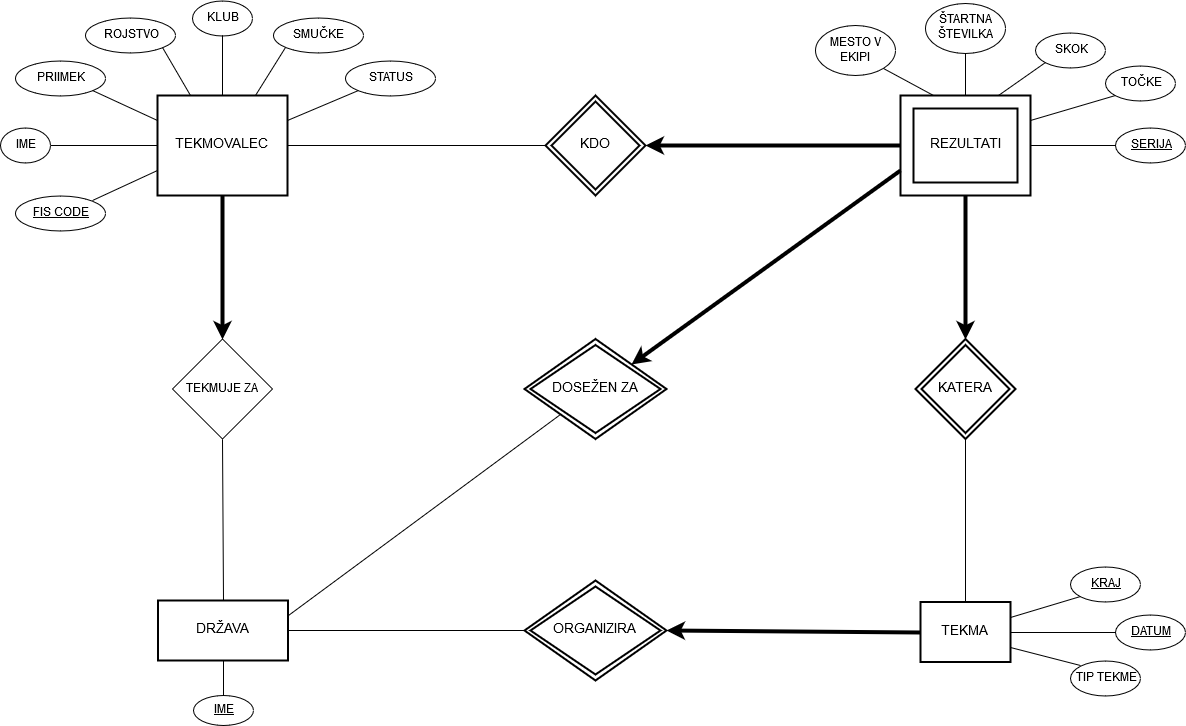
This is ER-diagram.png from Tejchy85/Skoki, a draw.io export, as it was before one commit. Source tidied: cells renumbered, new cells last; positions are measured from the earlier drawing's top-left corner, leaving out a move shared by most shapes.
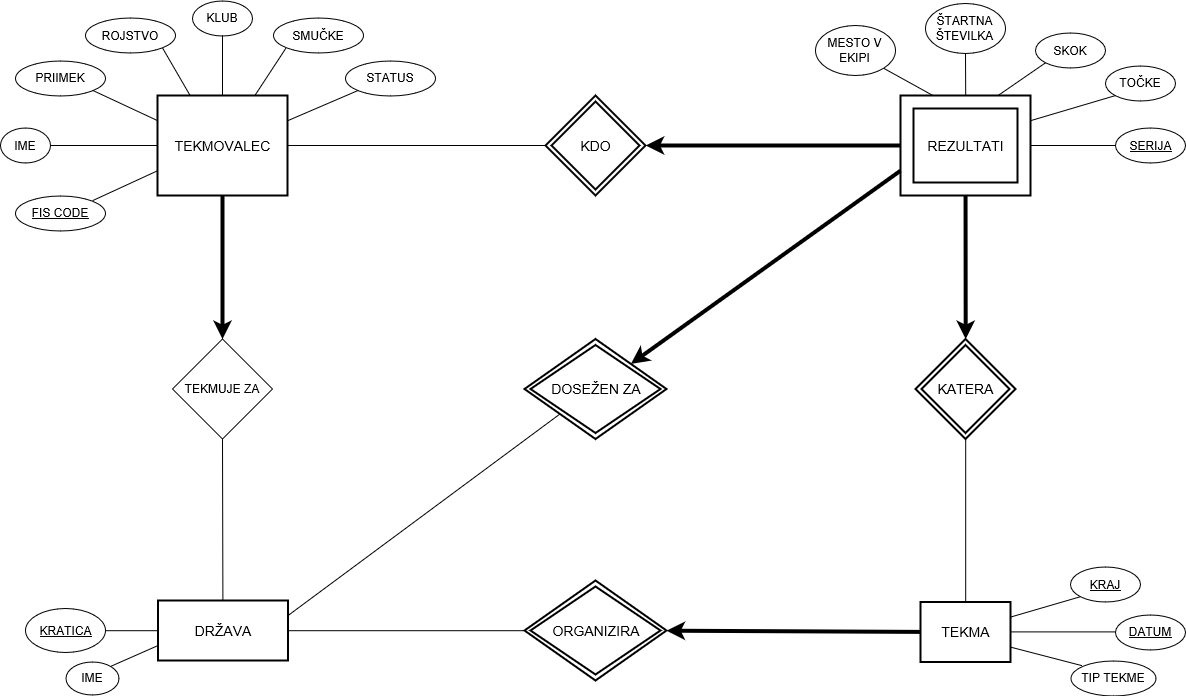
Later version of the same file.

Commit message:
Popravila diagram

The edit, as a diff of the source:
```diff
@@ -45,13 +45,13 @@
       <mxGeometry x="345" y="60" width="90" height="35" as="geometry" />
     </mxCell>
     <mxCell id="16" value="&lt;span&gt;TIP TEKME&lt;/span&gt;" style="ellipse;whiteSpace=wrap;html=1;strokeWidth=1;fontStyle=0;" parent="1" vertex="1">
-      <mxGeometry x="1070" y="660" width="70" height="35" as="geometry" />
+      <mxGeometry x="1070" y="660" width="85" height="35" as="geometry" />
     </mxCell>
     <mxCell id="17" value="SMUČKE" style="ellipse;whiteSpace=wrap;html=1;" parent="1" vertex="1">
       <mxGeometry x="272.5" y="17.5" width="90" height="35" as="geometry" />
     </mxCell>
-    <mxCell id="18" value="&lt;u&gt;IME&lt;/u&gt;" style="ellipse;whiteSpace=wrap;html=1;" parent="1" vertex="1">
-      <mxGeometry x="192.5" y="695" width="60" height="30" as="geometry" />
+    <mxCell id="18" value="&lt;u&gt;KRATICA&lt;/u&gt;&lt;br&gt;" style="ellipse;whiteSpace=wrap;html=1;" parent="1" vertex="1">
+      <mxGeometry x="25" y="608" width="80" height="44" as="geometry" />
     </mxCell>
     <mxCell id="19" value="MESTO V EKIPI&lt;br&gt;" style="ellipse;whiteSpace=wrap;html=1;" parent="1" vertex="1">
       <mxGeometry x="815" y="25" width="80" height="50" as="geometry" />
@@ -107,7 +107,7 @@
     <mxCell id="36" style="endArrow=none;html=1;entryX=0.5;entryY=0;entryDx=0;entryDy=0;exitX=0.5;exitY=1;exitDx=0;exitDy=0;" parent="1" edge="1" source="21" target="9">
       <mxGeometry relative="1" as="geometry" />
     </mxCell>
-    <mxCell id="37" style="endArrow=none;html=1;entryX=0.5;entryY=0;entryDx=0;entryDy=0;exitX=0.5;exitY=1;exitDx=0;exitDy=0;" parent="1" edge="1" source="9" target="18">
+    <mxCell id="37" style="endArrow=none;html=1;entryX=1;entryY=0.5;entryDx=0;entryDy=0;exitX=0;exitY=0.5;exitDx=0;exitDy=0;" parent="1" edge="1" source="9" target="18">
       <mxGeometry relative="1" as="geometry" />
     </mxCell>
     <mxCell id="38" style="endArrow=none;html=1;entryX=0;entryY=0.5;entryDx=0;entryDy=0;exitX=1;exitY=0.5;exitDx=0;exitDy=0;" parent="1" edge="1" source="9" target="27">
@@ -155,5 +155,11 @@
     <mxCell id="52" style="endArrow=none;html=1;strokeWidth=4;exitX=1;exitY=0;exitDx=0;exitDy=0;startArrow=classic;startFill=1;entryX=0;entryY=0.75;entryDx=0;entryDy=0;" parent="1" edge="1" source="26" target="25">
       <mxGeometry relative="1" as="geometry" />
     </mxCell>
+    <mxCell id="53" value="IME" style="ellipse;whiteSpace=wrap;html=1;" parent="1" vertex="1">
+      <mxGeometry x="65" y="661" width="53" height="33" as="geometry" />
+    </mxCell>
+    <mxCell id="54" style="endArrow=none;html=1;entryX=1;entryY=0;entryDx=0;entryDy=0;exitX=0;exitY=0.75;exitDx=0;exitDy=0;" parent="1" edge="1" source="9" target="53">
+      <mxGeometry relative="1" as="geometry" />
+    </mxCell>
   </root>
 </mxGraphModel>
```
